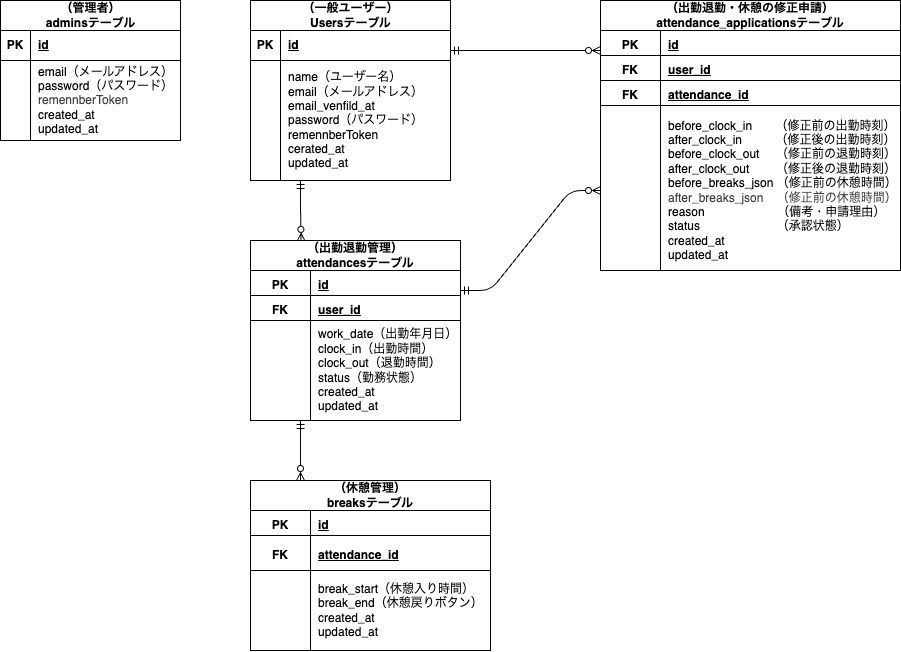
hide32ma/attendance_management keeps this draw.io diagram as .drawio.png. Above is the earlier version. Source tidied: cells renumbered, new cells last; positions are measured from the earlier drawing's top-left corner, leaving out a move shared by most shapes.
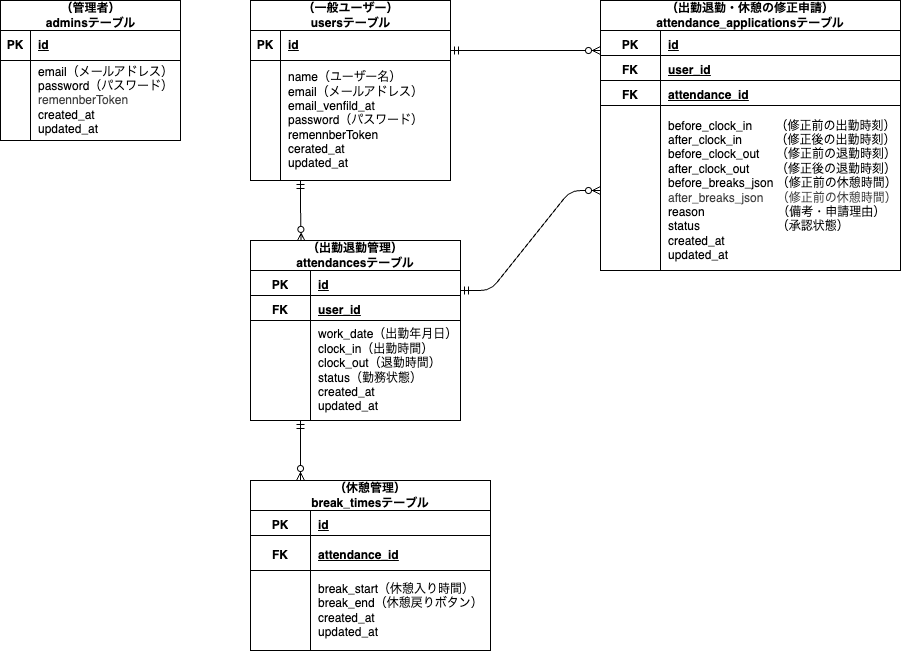
Above is the later version.

The edit, as a diff of the source:
```diff
@@ -2,7 +2,7 @@
   <root>
     <mxCell id="0" />
     <mxCell id="1" parent="0" />
-    <mxCell id="2" value="（一般ユーザー）&lt;div&gt;Usersテーブル&lt;/div&gt;" style="shape=table;startSize=30;rowLines=0;fontStyle=1;align=center;html=1;strokeWidth=1;swimlaneLine=1;strokeColor=default;" parent="1" vertex="1">
+    <mxCell id="2" value="（一般ユーザー）&lt;div&gt;usersテーブル&lt;/div&gt;" style="shape=table;startSize=30;rowLines=0;fontStyle=1;align=center;html=1;strokeWidth=1;swimlaneLine=1;strokeColor=default;" parent="1" vertex="1">
       <mxGeometry x="250" width="200" height="180" as="geometry" />
     </mxCell>
     <mxCell id="3" style="shape=tableRow;horizontal=0;startSize=0;swimlaneHead=0;swimlaneBody=0;fillColor=none;top=0;left=0;right=0;bottom=1;" parent="2" vertex="1">
@@ -91,7 +91,7 @@
         <mxPoint x="300" y="480" as="targetPoint" />
       </mxGeometry>
     </mxCell>
-    <mxCell id="29" value="（休憩管理）&lt;div&gt;breaksテーブル&lt;/div&gt;" style="shape=table;startSize=30;rowLines=0;fontStyle=1;align=center;html=1;whiteSpace=wrap;" parent="1" vertex="1">
+    <mxCell id="29" value="（休憩管理）&lt;div&gt;break_timesテーブル&lt;/div&gt;" style="shape=table;startSize=30;rowLines=0;fontStyle=1;align=center;html=1;whiteSpace=wrap;" parent="1" vertex="1">
       <mxGeometry x="250" y="480" width="240" height="170" as="geometry" />
     </mxCell>
     <mxCell id="30" style="shape=tableRow;horizontal=0;startSize=0;swimlaneHead=0;swimlaneBody=0;fillColor=none;top=0;left=0;right=0;bottom=0;html=1;" parent="29" vertex="1">
```
